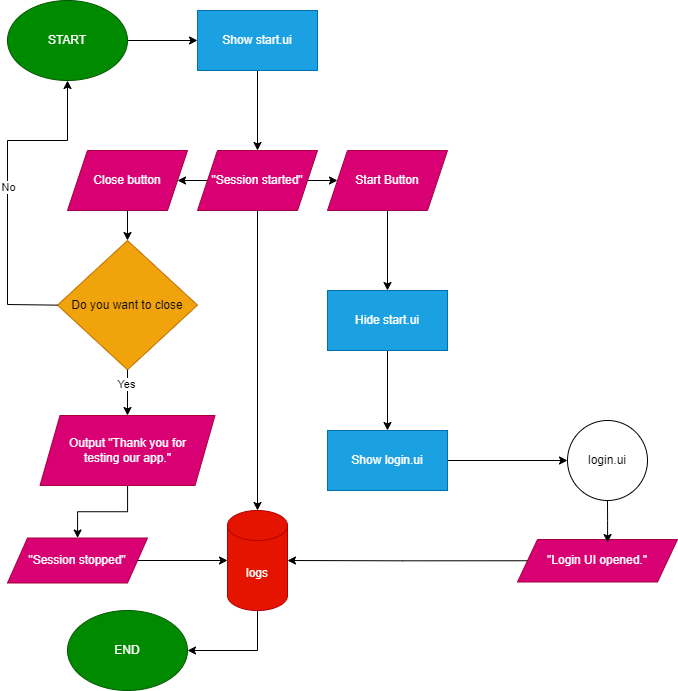
This is flowchart/main.png from JiheoneyBaek/clinical_health_record_app_project, a draw.io export, as it was before one commit. Source tidied: cells renumbered, new cells last; positions are measured from the earlier drawing's top-left corner, leaving out a move shared by most shapes.
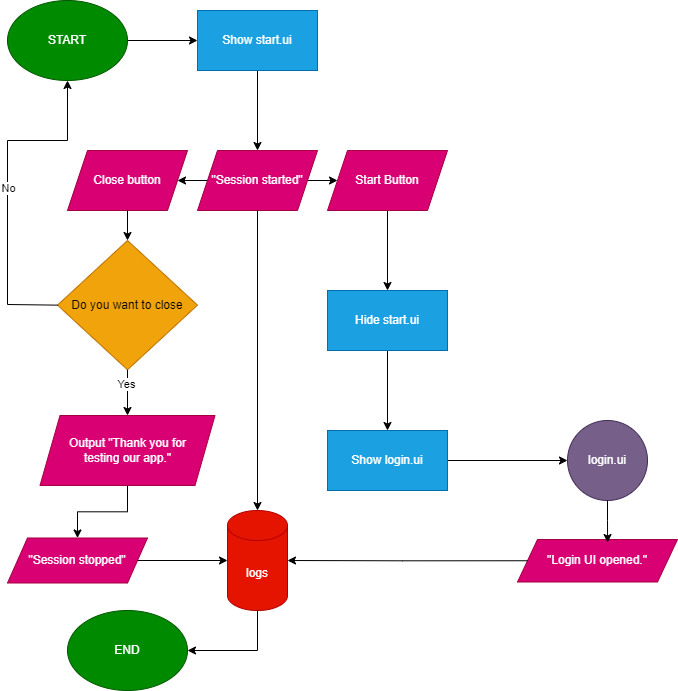
The same file after the commit.

Diff of the diagram source:
```diff
@@ -102,7 +102,7 @@
     <mxCell id="31" style="edgeStyle=orthogonalEdgeStyle;rounded=0;jettySize=auto;html=1;exitX=0.5;exitY=1;exitDx=0;exitDy=0;entryX=0.5;entryY=0;entryDx=0;entryDy=0;entryPerimeter=0;" parent="1" edge="1" source="30" target="22">
       <mxGeometry relative="1" as="geometry" />
     </mxCell>
-    <mxCell id="32" value="login.ui" style="ellipse;whiteSpace=wrap;html=1;" parent="1" vertex="1">
+    <mxCell id="32" value="login.ui" style="ellipse;whiteSpace=wrap;html=1;fillColor=#76608a;fontColor=#ffffff;strokeColor=#432D57;" parent="1" vertex="1">
       <mxGeometry x="560" y="420" width="80" height="80" as="geometry" />
     </mxCell>
     <mxCell id="33" style="edgeStyle=orthogonalEdgeStyle;rounded=0;jettySize=auto;html=1;exitX=0.5;exitY=1;exitDx=0;exitDy=0;entryX=0.563;entryY=0.071;entryDx=0;entryDy=0;entryPerimeter=0;" parent="1" edge="1" source="32" target="26">
```
